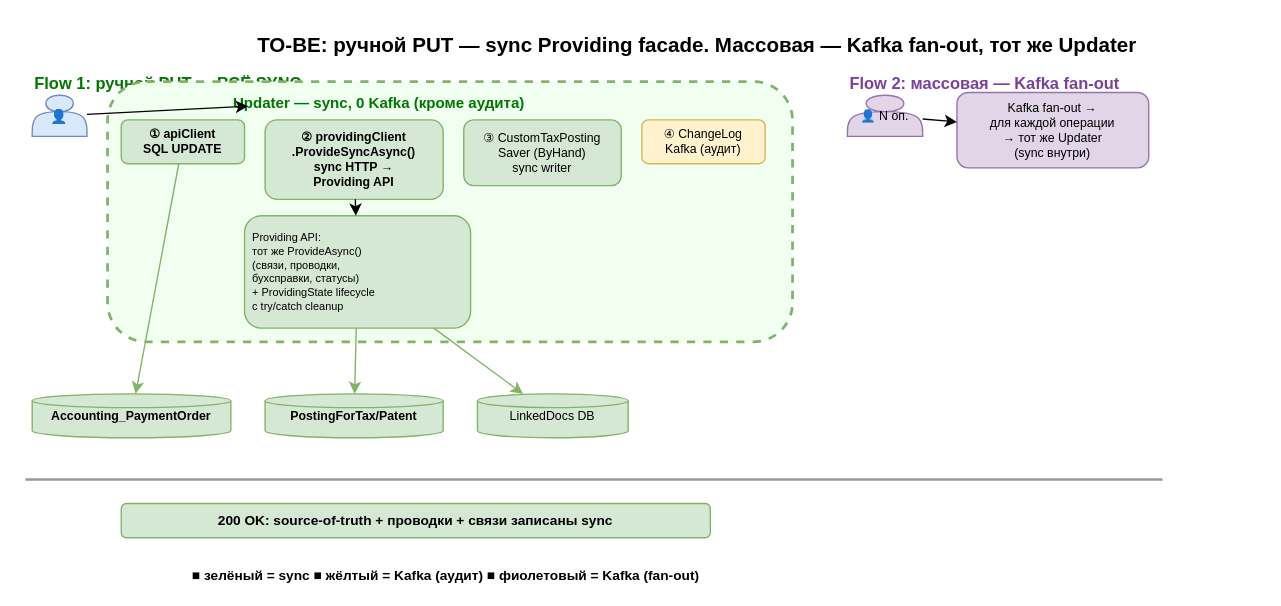
Earlier version of the draw.io diagram page "2. TO-BE" (2 of 3) of plan/plan-diagrams.drawio (lyrastra/TS-185695). Source tidied: cells renumbered, new cells numbered last; positions are measured from the earlier drawing's top-left corner, leaving out a move shared by most shapes. Both pictures are drawn from the tidied source at 137%, with x=0, y=0 at pixel (25, 23).
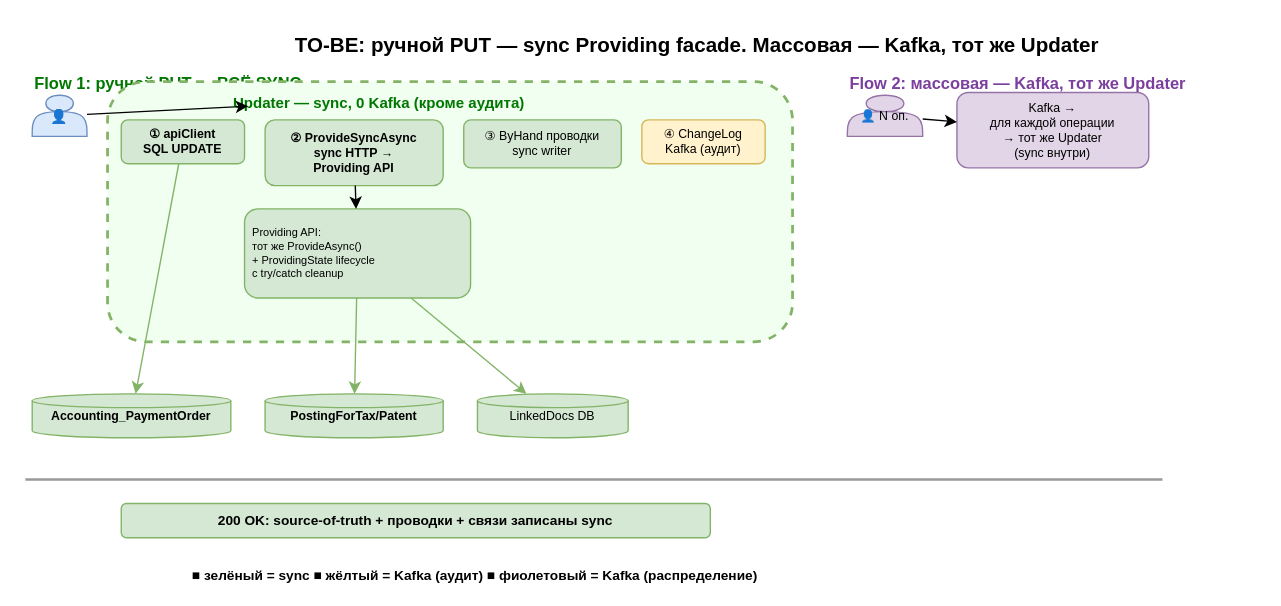
After the change.

What changed in the source:
```diff
@@
-    <mxCell id="2" value="TO-BE: ручной PUT — sync Providing facade. Массовая — Kafka fan-out, тот же Updater" style="text;html=1;align=center;fontSize=15;fontStyle=1;" parent="1" vertex="1">
+    <mxCell id="2" value="TO-BE: ручной PUT — sync Providing facade. Массовая — Kafka, тот же Updater" style="text;html=1;align=center;fontSize=15;fontStyle=1;" parent="1" vertex="1">
       <mxGeometry x="90" width="800" height="25" as="geometry" />
     </mxCell>
@@
-    <mxCell id="9" value="② providingClient&#10;.ProvideSyncAsync()&#10;sync HTTP →&#10;Providing API" style="rounded=1;fillColor=#d5e8d4;strokeColor=#82b366;fontSize=9;fontStyle=1;" parent="1" vertex="1">
-      <mxGeometry x="175" y="70" width="130" height="58" as="geometry" />
+    <mxCell id="9" value="② ProvideSyncAsync&#10;sync HTTP →&#10;Providing API" style="rounded=1;fillColor=#d5e8d4;strokeColor=#82b366;fontSize=9;fontStyle=1;" parent="1" vertex="1">
+      <mxGeometry x="175" y="70" width="130" height="48" as="geometry" />
     </mxCell>
-    <mxCell id="10" value="③ CustomTaxPosting&#10;Saver (ByHand)&#10;sync writer" style="rounded=1;fillColor=#d5e8d4;strokeColor=#82b366;fontSize=9;" parent="1" vertex="1">
-      <mxGeometry x="320" y="70" width="115" height="48" as="geometry" />
+    <mxCell id="10" value="③ ByHand проводки&#10;sync writer" style="rounded=1;fillColor=#d5e8d4;strokeColor=#82b366;fontSize=9;" parent="1" vertex="1">
+      <mxGeometry x="320" y="70" width="115" height="35" as="geometry" />
     </mxCell>
@@
-    <mxCell id="12" value="Providing API:&#10;тот же ProvideAsync()&#10;(связи, проводки,&#10;бухсправки, статусы)&#10;+ ProvidingState lifecycle&#10;  с try/catch cleanup" style="rounded=1;fillColor=#d5e8d4;strokeColor=#82b366;fontSize=8;align=left;spacingLeft=4;" parent="1" vertex="1">
-      <mxGeometry x="160" y="140" width="165" height="82" as="geometry" />
+    <mxCell id="12" value="Providing API:&#10;тот же ProvideAsync()&#10;+ ProvidingState lifecycle&#10;  с try/catch cleanup" style="rounded=1;fillColor=#d5e8d4;strokeColor=#82b366;fontSize=8;align=left;spacingLeft=4;" parent="1" vertex="1">
+      <mxGeometry x="160" y="135" width="165" height="65" as="geometry" />
     </mxCell>
@@
-    <mxCell id="14" value="Flow 2: массовая — Kafka fan-out" style="text;fontSize=12;fontStyle=1;fontColor=#7B3F9E;" parent="1" vertex="1">
+    <mxCell id="14" value="Flow 2: массовая — Kafka, тот же Updater" style="text;fontSize=12;fontStyle=1;fontColor=#7B3F9E;" parent="1" vertex="1">
       <mxGeometry x="600" y="30" width="300" height="16" as="geometry" />
     </mxCell>
@@
-    <mxCell id="16" value="Kafka fan-out →&#10;для каждой операции&#10;→ тот же Updater&#10;(sync внутри)" style="rounded=1;fillColor=#e1d5e7;strokeColor=#9673a6;fontSize=9;" parent="1" vertex="1">
+    <mxCell id="16" value="Kafka →&#10;для каждой операции&#10;→ тот же Updater&#10;(sync внутри)" style="rounded=1;fillColor=#e1d5e7;strokeColor=#9673a6;fontSize=9;" parent="1" vertex="1">
       <mxGeometry x="680" y="50" width="140" height="55" as="geometry" />
     </mxCell>
@@
-    <mxCell id="26" value="■ зелёный = sync     ■ жёлтый = Kafka (аудит)     ■ фиолетовый = Kafka (fan-out)" style="text;fontSize=10;fontStyle=1;" parent="1" vertex="1">
-      <mxGeometry x="120" y="390" width="530" height="16" as="geometry" />
+    <mxCell id="26" value="■ зелёный = sync     ■ жёлтый = Kafka (аудит)     ■ фиолетовый = Kafka (распределение)" style="text;fontSize=10;fontStyle=1;" parent="1" vertex="1">
+      <mxGeometry x="120" y="390" width="550" height="16" as="geometry" />
     </mxCell>
```
